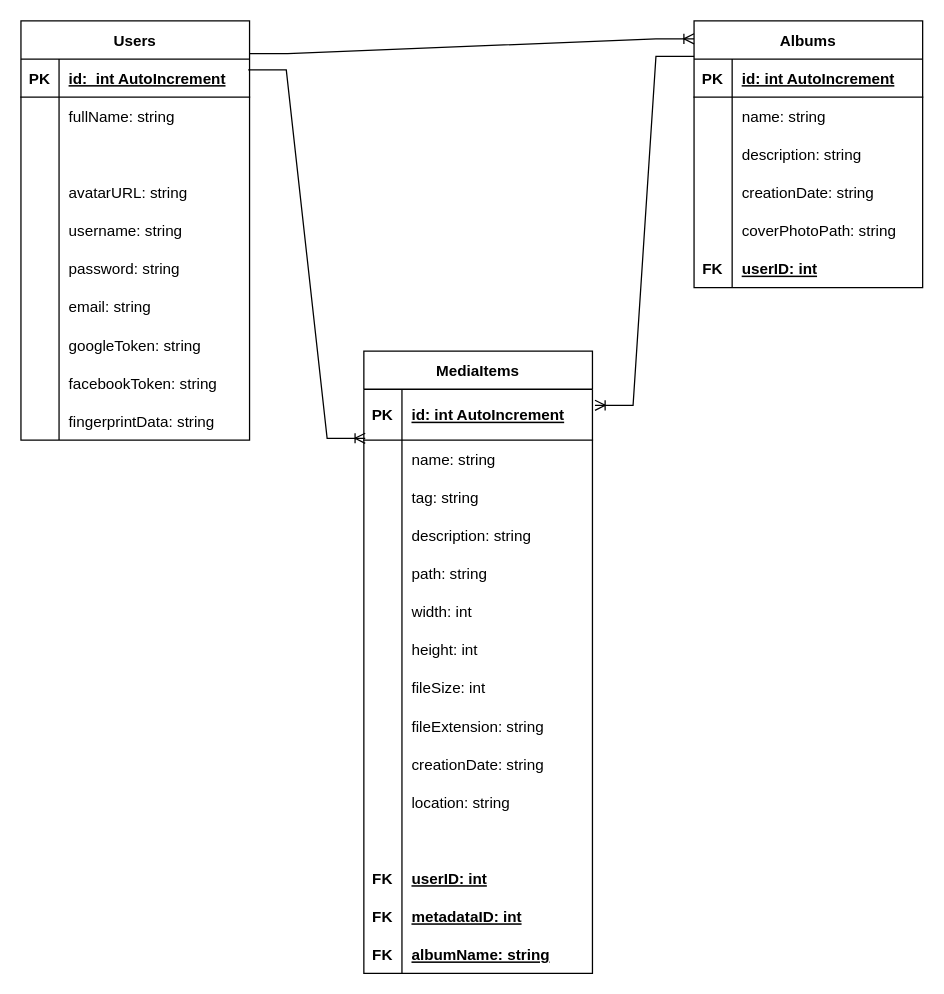
Above: docs/uml.diagram/DB.Schema.drawio in fit-hcmus-k21/gallery (draw.io), before the change. Source tidied: cells renumbered, new cells numbered last; positions are measured from the earlier drawing's top-left corner, leaving out a move shared by most shapes. Both pictures are drawn from the tidied source at 127%, with x=0, y=0 at pixel (20, 20).
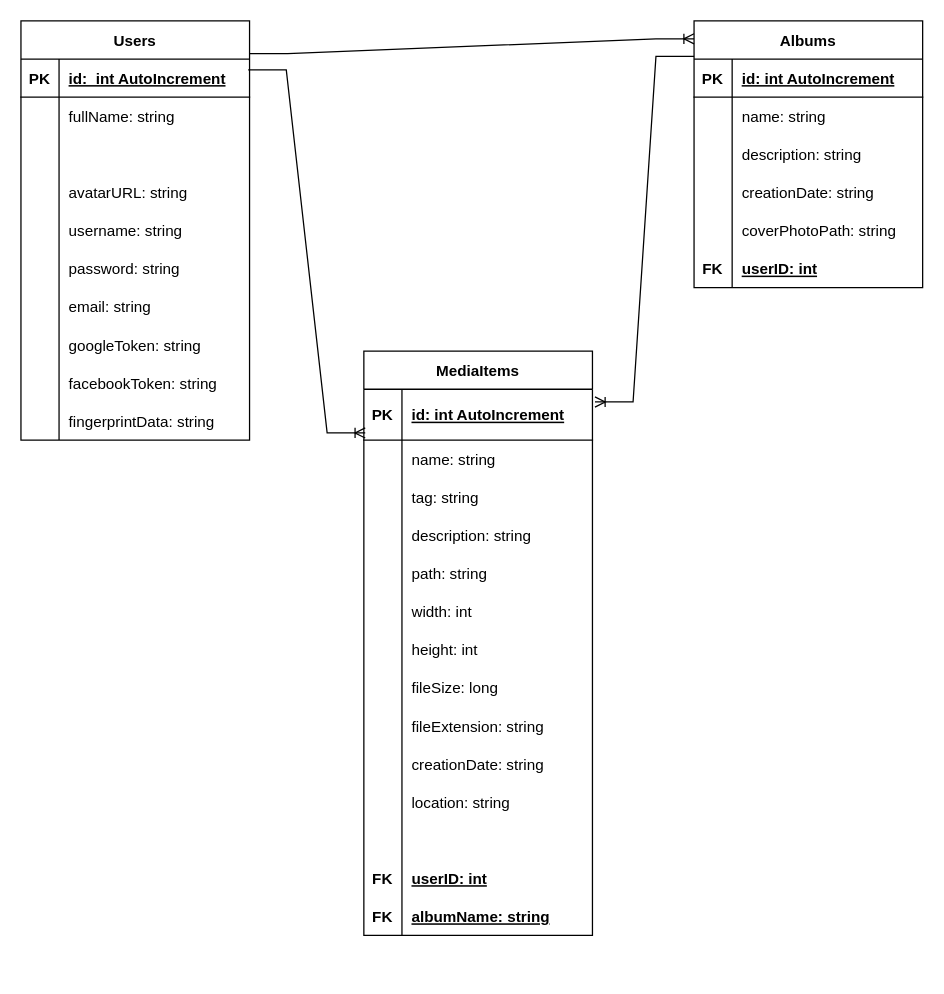
The same page after the edit.

Unchanged cells that the change refers to:
```xml
<mxCell id="24" style="shape=tableRow;horizontal=0;startSize=0;swimlaneHead=0;swimlaneBody=0;fillColor=none;top=0;left=0;right=0;bottom=0;" parent="2" vertex="1">
  <mxGeometry y="250" width="180" height="30" as="geometry" />
</mxCell>
```

Diff of the diagram source:
```diff
@@
     <mxCell id="2" value="MediaItems" style="shape=table;startSize=30;childLayout=tableLayout;rowLines=0;fontStyle=1;align=center;" parent="1" vertex="1">
-      <mxGeometry x="270" y="260" width="180" height="490" as="geometry" />
+      <mxGeometry x="270" y="260" width="180" height="460" as="geometry" />
     </mxCell>
@@
-    <mxCell id="26" value="fileSize: int" style="shape=partialRectangle;fillColor=none;top=0;left=0;bottom=0;right=0;align=left;spacingLeft=6;overflow=hidden;" parent="24" vertex="1">
+    <mxCell id="26" value="fileSize: long" style="shape=partialRectangle;fillColor=none;top=0;left=0;bottom=0;right=0;align=left;spacingLeft=6;overflow=hidden;" parent="24" vertex="1">
       <mxGeometry x="30" width="150" height="30" as="geometry" />
     </mxCell>
@@
-    <mxCell id="42" style="shape=tableRow;horizontal=0;startSize=0;swimlaneHead=0;swimlaneBody=0;fillColor=none;top=0;left=0;right=0;bottom=0;" parent="2" vertex="1">
-      <mxGeometry y="430" width="180" height="30" as="geometry" />
-    </mxCell>
-    <mxCell id="43" value="FK" style="shape=partialRectangle;fillColor=none;top=0;left=0;bottom=0;right=0;overflow=hidden;fontStyle=1;" parent="42" vertex="1">
-      <mxGeometry width="30" height="30" as="geometry" />
-    </mxCell>
-    <mxCell id="44" value="metadataID: int" style="shape=partialRectangle;fillColor=none;top=0;left=0;bottom=0;right=0;align=left;spacingLeft=6;overflow=hidden;fontStyle=5;" parent="42" vertex="1">
-      <mxGeometry x="30" width="150" height="30" as="geometry" />
-    </mxCell>
     <mxCell id="45" style="shape=tableRow;horizontal=0;startSize=0;swimlaneHead=0;swimlaneBody=0;fillColor=none;top=0;left=0;right=0;bottom=0;" parent="2" vertex="1">
-      <mxGeometry y="460" width="180" height="30" as="geometry" />
+      <mxGeometry y="430" width="180" height="30" as="geometry" />
     </mxCell>
```
